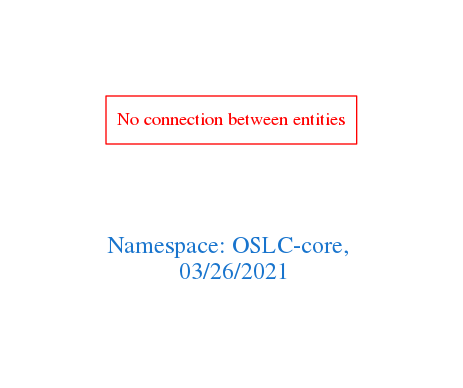
This is downloads/OSLC-core.png from arago/OGIT, a Graphviz export, as it was before one commit. Its source is kept beside it as downloads/OSLC-core.dot.
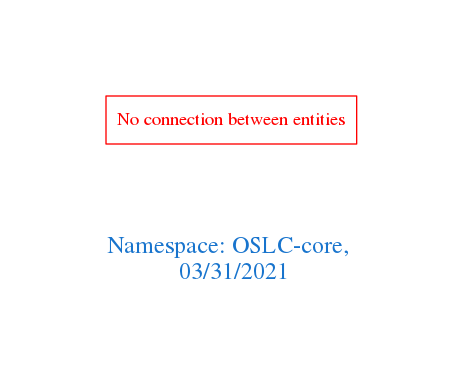
After the commit.

Diff of the diagram source:
```diff
@@ -1,7 +1,7 @@
 digraph OGIT_ontology {
  graph [ rankdir= LR,pad=1
 fontsize = 18,
-fontcolor= dodgerblue3,label = "\n\n\nNamespace: OSLC-core, \n 03/26/2021"];
+fontcolor= dodgerblue3,label = "\n\n\nNamespace: OSLC-core, \n 03/31/2021"];
 node[shape=polygon];
 edge [  color="gray81"];
 
```
